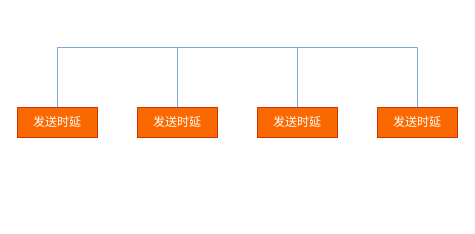
Earlier version of the draw.io diagram computer network/时延.drawio (twodollarstwenty/drawio). Source tidied: cells renumbered, new cells numbered last; positions are measured from the earlier drawing's top-left corner, leaving out a move shared by most shapes. Both pictures are drawn from the tidied source at 100%, with x=0, y=0 at pixel (17, 47).
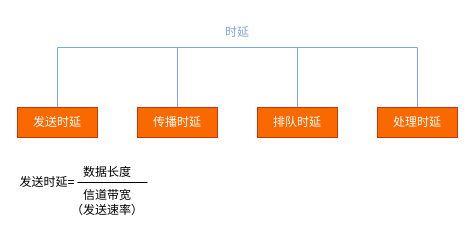
The same diagram, later.

Change to the diagram source:
```diff
@@
-    <mxCell id="8" value="发送时延" style="rounded=0;whiteSpace=wrap;html=1;fillColor=#fa6800;strokeColor=#C73500;fontColor=#ffffff;" parent="1" vertex="1">
+    <mxCell id="8" value="传播时延" style="rounded=0;whiteSpace=wrap;html=1;fillColor=#fa6800;strokeColor=#C73500;fontColor=#ffffff;" parent="1" vertex="1">
       <mxGeometry x="120" y="60" width="80" height="30" as="geometry" />
     </mxCell>
-    <mxCell id="9" value="发送时延" style="rounded=0;whiteSpace=wrap;html=1;fillColor=#fa6800;strokeColor=#C73500;fontColor=#ffffff;" parent="1" vertex="1">
+    <mxCell id="9" value="排队时延" style="rounded=0;whiteSpace=wrap;html=1;fillColor=#fa6800;strokeColor=#C73500;fontColor=#ffffff;" parent="1" vertex="1">
       <mxGeometry x="240" y="60" width="80" height="30" as="geometry" />
     </mxCell>
-    <mxCell id="10" value="发送时延" style="rounded=0;whiteSpace=wrap;html=1;fillColor=#fa6800;strokeColor=#C73500;fontColor=#ffffff;" parent="1" vertex="1">
+    <mxCell id="10" value="处理时延" style="rounded=0;whiteSpace=wrap;html=1;fillColor=#fa6800;strokeColor=#C73500;fontColor=#ffffff;" parent="1" vertex="1">
       <mxGeometry x="360" y="60" width="80" height="30" as="geometry" />
     </mxCell>
+    <mxCell id="11" value="时延" style="text;strokeColor=none;align=center;fillColor=none;html=1;verticalAlign=middle;whiteSpace=wrap;rounded=0;fontColor=#7EA6E0;labelBackgroundColor=none;fontStyle=0;" parent="1" vertex="1">
+      <mxGeometry x="190" y="-30" width="60" height="30" as="geometry" />
+    </mxCell>
+    <mxCell id="12" value="发送时延=" style="text;strokeColor=none;align=center;fillColor=none;html=1;verticalAlign=middle;whiteSpace=wrap;rounded=0;fontColor=#000000;" parent="1" vertex="1">
+      <mxGeometry y="120" width="60" height="30" as="geometry" />
+    </mxCell>
+    <mxCell id="13" style="endArrow=none;html=1;rounded=0;strokeColor=#000000;fontColor=#000000;exitX=1;exitY=0.5;exitDx=0;exitDy=0;" parent="1" edge="1" source="12">
+      <mxGeometry relative="1" as="geometry">
+        <mxPoint x="130" y="135" as="targetPoint" />
+      </mxGeometry>
+    </mxCell>
+    <mxCell id="14" value="数据长度" style="text;strokeColor=none;align=center;fillColor=none;html=1;verticalAlign=middle;whiteSpace=wrap;rounded=0;fontColor=#000000;" parent="1" vertex="1">
+      <mxGeometry x="60" y="110" width="60" height="30" as="geometry" />
+    </mxCell>
+    <mxCell id="15" value="信道带宽&lt;br&gt;（发送速率）" style="text;strokeColor=none;align=center;fillColor=none;html=1;verticalAlign=middle;whiteSpace=wrap;rounded=0;fontColor=#000000;" parent="1" vertex="1">
+      <mxGeometry x="50" y="140" width="80" height="30" as="geometry" />
+    </mxCell>
```
